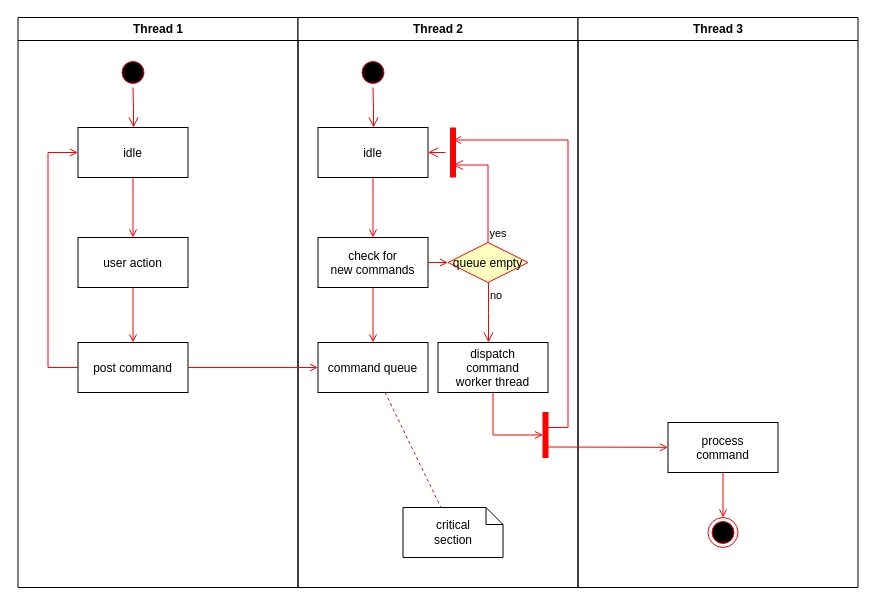
The draw.io diagram Untitled Diagram.drawio in yizhou-lee/Hello-World, before the edit. Source tidied: cells renumbered, new cells numbered last; positions are measured from the earlier drawing's top-left corner, leaving out a move shared by most shapes. Both pictures are drawn from the tidied source at 100%, with x=0, y=0 at pixel (17, 17).
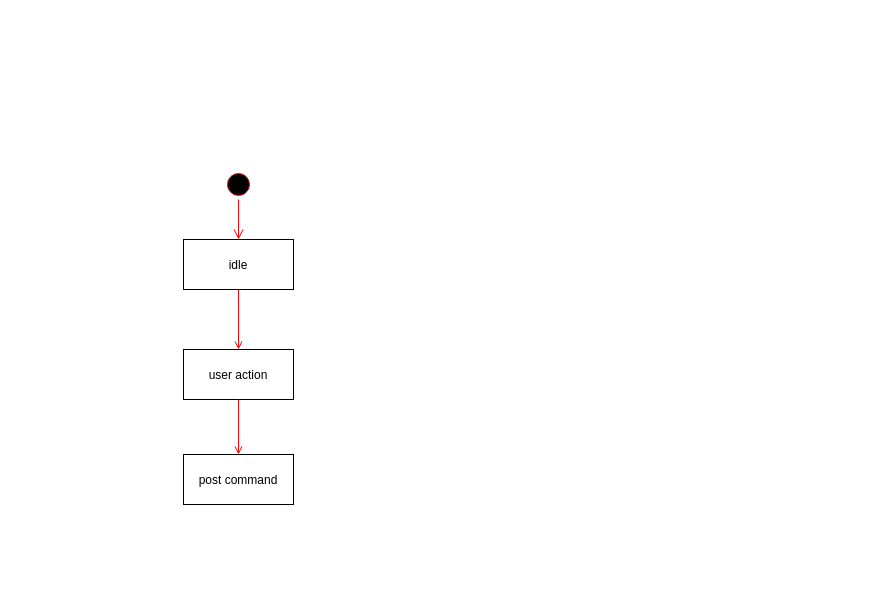
The same diagram, later.

Commit message:
StateChart diagram

The edit, as a diff of the source:
```diff
@@
-    <mxCell id="2" value="Thread 1" style="swimlane;whiteSpace=wrap;" parent="1" vertex="1">
-      <mxGeometry x="0.5" width="280" height="570" as="geometry" />
-    </mxCell>
-    <mxCell id="3" style="ellipse;shape=startState;fillColor=#000000;strokeColor=#ff0000;" parent="2" vertex="1">
-      <mxGeometry x="100" y="40" width="30" height="30" as="geometry" />
+    <mxCell id="3" style="ellipse;shape=startState;fillColor=#000000;strokeColor=#ff0000;" parent="1" vertex="1">
+      <mxGeometry x="206" y="152" width="30" height="30" as="geometry" />
     </mxCell>
-    <mxCell id="4" style="edgeStyle=elbowEdgeStyle;elbow=horizontal;verticalAlign=bottom;endArrow=open;endSize=8;strokeColor=#FF0000;endFill=1;rounded=0;" parent="2" edge="1" source="3" target="5">
-      <mxGeometry x="100" y="40" as="geometry" />
+    <mxCell id="4" style="edgeStyle=elbowEdgeStyle;elbow=horizontal;verticalAlign=bottom;endArrow=open;endSize=8;strokeColor=#FF0000;endFill=1;rounded=0;" parent="1" edge="1" source="3" target="5">
+      <mxGeometry x="370" y="280" as="geometry" />
     </mxCell>
-    <mxCell id="5" value="idle" parent="2" vertex="1">
-      <mxGeometry x="60" y="110" width="110" height="50" as="geometry" />
+    <mxCell id="5" value="idle" parent="1" vertex="1">
+      <mxGeometry x="166" y="222" width="110" height="50" as="geometry" />
     </mxCell>
-    <mxCell id="6" value="user action" parent="2" vertex="1">
-      <mxGeometry x="60" y="220" width="110" height="50" as="geometry" />
+    <mxCell id="6" value="user action" parent="1" vertex="1">
+      <mxGeometry x="166" y="332" width="110" height="50" as="geometry" />
     </mxCell>
-    <mxCell id="7" style="endArrow=open;strokeColor=#FF0000;endFill=1;rounded=0;" parent="2" edge="1" source="5" target="6">
+    <mxCell id="7" style="endArrow=open;strokeColor=#FF0000;endFill=1;rounded=0;" parent="1" edge="1" source="5" target="6">
       <mxGeometry relative="1" as="geometry" />
     </mxCell>
-    <mxCell id="8" value="post command" parent="2" vertex="1">
-      <mxGeometry x="60" y="325" width="110" height="50" as="geometry" />
+    <mxCell id="8" value="post command" parent="1" vertex="1">
+      <mxGeometry x="166" y="437" width="110" height="50" as="geometry" />
     </mxCell>
-    <mxCell id="9" style="endArrow=open;strokeColor=#FF0000;endFill=1;rounded=0;" parent="2" edge="1" source="6" target="8">
+    <mxCell id="9" style="endArrow=open;strokeColor=#FF0000;endFill=1;rounded=0;" parent="1" edge="1" source="6" target="8">
       <mxGeometry relative="1" as="geometry" />
     </mxCell>
-    <mxCell id="10" style="edgeStyle=elbowEdgeStyle;elbow=horizontal;strokeColor=#FF0000;endArrow=open;endFill=1;rounded=0;" parent="2" edge="1" source="8" target="5">
-      <mxGeometry relative="1" as="geometry">
-        <Array as="points">
-          <mxPoint x="30" y="250" />
-        </Array>
-      </mxGeometry>
-    </mxCell>
-    <mxCell id="11" value="Thread 2" style="swimlane;whiteSpace=wrap;" parent="1" vertex="1">
-      <mxGeometry x="280.5" width="280" height="570" as="geometry" />
-    </mxCell>
-    <mxCell id="12" style="ellipse;shape=startState;fillColor=#000000;strokeColor=#ff0000;" parent="11" vertex="1">
-      <mxGeometry x="60" y="40" width="30" height="30" as="geometry" />
-    </mxCell>
-    <mxCell id="13" style="edgeStyle=elbowEdgeStyle;elbow=horizontal;verticalAlign=bottom;endArrow=open;endSize=8;strokeColor=#FF0000;endFill=1;rounded=0;" parent="11" edge="1" source="12" target="14">
-      <mxGeometry x="40" y="20" as="geometry" />
-    </mxCell>
-    <mxCell id="14" value="idle" parent="11" vertex="1">
-      <mxGeometry x="20" y="110" width="110" height="50" as="geometry" />
-    </mxCell>
-    <mxCell id="15" value="check for &#10;new commands" parent="11" vertex="1">
-      <mxGeometry x="20" y="220" width="110" height="50" as="geometry" />
-    </mxCell>
-    <mxCell id="16" style="endArrow=open;strokeColor=#FF0000;endFill=1;rounded=0;" parent="11" edge="1" source="14" target="15">
-      <mxGeometry relative="1" as="geometry" />
-    </mxCell>
-    <mxCell id="17" value="command queue" parent="11" vertex="1">
-      <mxGeometry x="20" y="325" width="110" height="50" as="geometry" />
-    </mxCell>
-    <mxCell id="18" style="endArrow=open;strokeColor=#FF0000;endFill=1;rounded=0;" parent="11" edge="1" source="15" target="17">
-      <mxGeometry relative="1" as="geometry" />
-    </mxCell>
-    <mxCell id="19" value="queue empty" style="rhombus;fillColor=#ffffc0;strokeColor=#ff0000;" parent="11" vertex="1">
-      <mxGeometry x="150" y="225" width="80" height="40" as="geometry" />
-    </mxCell>
-    <mxCell id="20" value="yes" style="edgeStyle=elbowEdgeStyle;elbow=horizontal;align=left;verticalAlign=bottom;endArrow=open;endSize=8;strokeColor=#FF0000;exitX=0.5;exitY=0;endFill=1;rounded=0;entryX=0.75;entryY=0.5;entryPerimeter=0;" parent="11" edge="1" source="19" target="23">
-      <mxGeometry x="-1" relative="1" as="geometry">
-        <Array as="points">
-          <mxPoint x="190" y="180" />
-        </Array>
-      </mxGeometry>
-    </mxCell>
-    <mxCell id="21" value="no" style="edgeStyle=elbowEdgeStyle;elbow=horizontal;align=left;verticalAlign=top;endArrow=open;endSize=8;strokeColor=#FF0000;endFill=1;rounded=0;" parent="11" edge="1" source="19" target="25">
-      <mxGeometry x="-1" relative="1" as="geometry" />
-    </mxCell>
-    <mxCell id="22" style="endArrow=open;strokeColor=#FF0000;endFill=1;rounded=0;" parent="11" edge="1" source="15" target="19">
-      <mxGeometry relative="1" as="geometry" />
-    </mxCell>
-    <mxCell id="23" style="shape=line;strokeWidth=6;strokeColor=#ff0000;rotation=90;" parent="11" vertex="1">
-      <mxGeometry x="130" y="127.5" width="50" height="15" as="geometry" />
-    </mxCell>
-    <mxCell id="24" style="edgeStyle=elbowEdgeStyle;elbow=horizontal;verticalAlign=bottom;endArrow=open;endSize=8;strokeColor=#FF0000;endFill=1;rounded=0;" parent="11" edge="1" source="23" target="14">
-      <mxGeometry x="130" y="90" as="geometry" />
-    </mxCell>
-    <mxCell id="25" value="dispatch&#10;command&#10;worker thread" parent="11" vertex="1">
-      <mxGeometry x="140" y="325" width="110" height="50" as="geometry" />
-    </mxCell>
-    <mxCell id="26" value="critical&#10;section" style="shape=note;whiteSpace=wrap;size=17;" parent="11" vertex="1">
-      <mxGeometry x="105" y="490" width="100" height="50" as="geometry" />
-    </mxCell>
-    <mxCell id="27" style="endArrow=none;strokeColor=#FF0000;endFill=0;rounded=0;dashed=1;" parent="11" edge="1" source="17" target="26">
-      <mxGeometry relative="1" as="geometry" />
-    </mxCell>
-    <mxCell id="28" style="whiteSpace=wrap;strokeColor=#FF0000;fillColor=#FF0000;" parent="11" vertex="1">
-      <mxGeometry x="245" y="395" width="5" height="45" as="geometry" />
-    </mxCell>
-    <mxCell id="29" style="edgeStyle=elbowEdgeStyle;elbow=horizontal;entryX=0;entryY=0.5;strokeColor=#FF0000;endArrow=open;endFill=1;rounded=0;" parent="11" edge="1" source="25" target="28">
-      <mxGeometry relative="1" as="geometry">
-        <Array as="points">
-          <mxPoint x="195" y="400" />
-        </Array>
-      </mxGeometry>
-    </mxCell>
-    <mxCell id="30" value="Thread 3" style="swimlane;whiteSpace=wrap;" parent="1" vertex="1">
-      <mxGeometry x="560.5" width="280" height="570" as="geometry" />
-    </mxCell>
-    <mxCell id="31" value="process&#10;command" parent="30" vertex="1">
-      <mxGeometry x="90" y="405" width="110" height="50" as="geometry" />
-    </mxCell>
-    <mxCell id="32" style="edgeStyle=elbowEdgeStyle;elbow=horizontal;strokeColor=#FF0000;endArrow=open;endFill=1;rounded=0;entryX=0.25;entryY=0.5;entryPerimeter=0;" parent="30" edge="1" target="23">
-      <mxGeometry relative="1" as="geometry">
-        <mxPoint x="-30" y="410" as="sourcePoint" />
-        <Array as="points">
-          <mxPoint x="-10" y="135" />
-        </Array>
-      </mxGeometry>
-    </mxCell>
-    <mxCell id="33" style="edgeStyle=none;strokeColor=#FF0000;endArrow=open;endFill=1;rounded=0;" parent="30" edge="1" target="31">
-      <mxGeometry relative="1" as="geometry">
-        <mxPoint x="-30" y="429.5" as="sourcePoint" />
-      </mxGeometry>
-    </mxCell>
-    <mxCell id="34" style="ellipse;shape=endState;fillColor=#000000;strokeColor=#ff0000;" parent="30" vertex="1">
-      <mxGeometry x="130" y="500" width="30" height="30" as="geometry" />
-    </mxCell>
-    <mxCell id="35" style="endArrow=open;strokeColor=#FF0000;endFill=1;rounded=0;" parent="30" edge="1" source="31" target="34">
-      <mxGeometry relative="1" as="geometry" />
-    </mxCell>
-    <mxCell id="36" style="endArrow=open;strokeColor=#FF0000;endFill=1;rounded=0;" parent="1" edge="1" source="8" target="17">
-      <mxGeometry relative="1" as="geometry" />
-    </mxCell>
```
